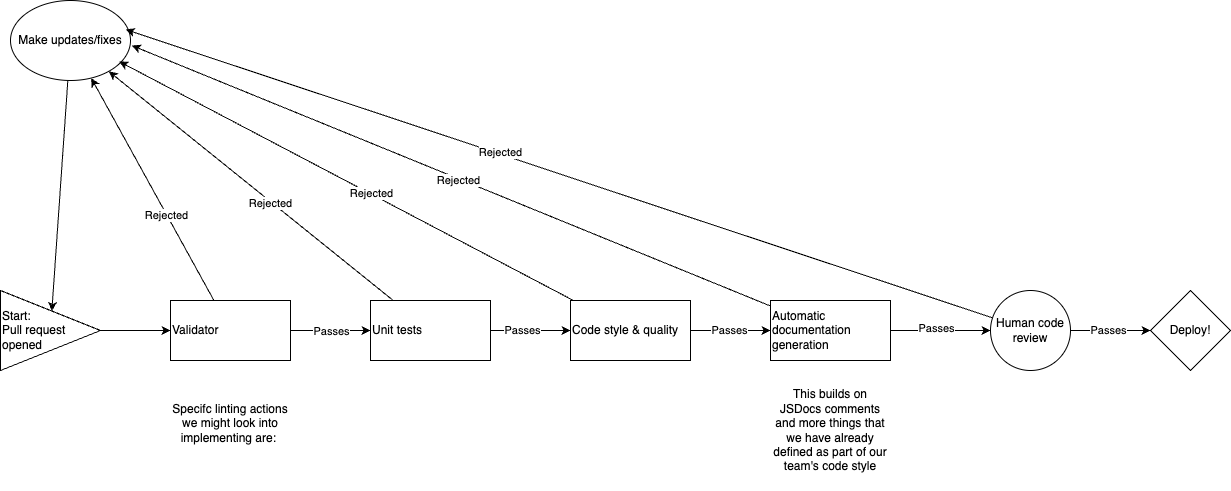
cse110-sp25-group14/cse110-sp25-group14 keeps this draw.io diagram as admin/cipipeline/phase1.drawio.png. Above is the earlier version. Source tidied: cells renumbered, new cells last; positions are measured from the earlier drawing's top-left corner, leaving out a move shared by most shapes.
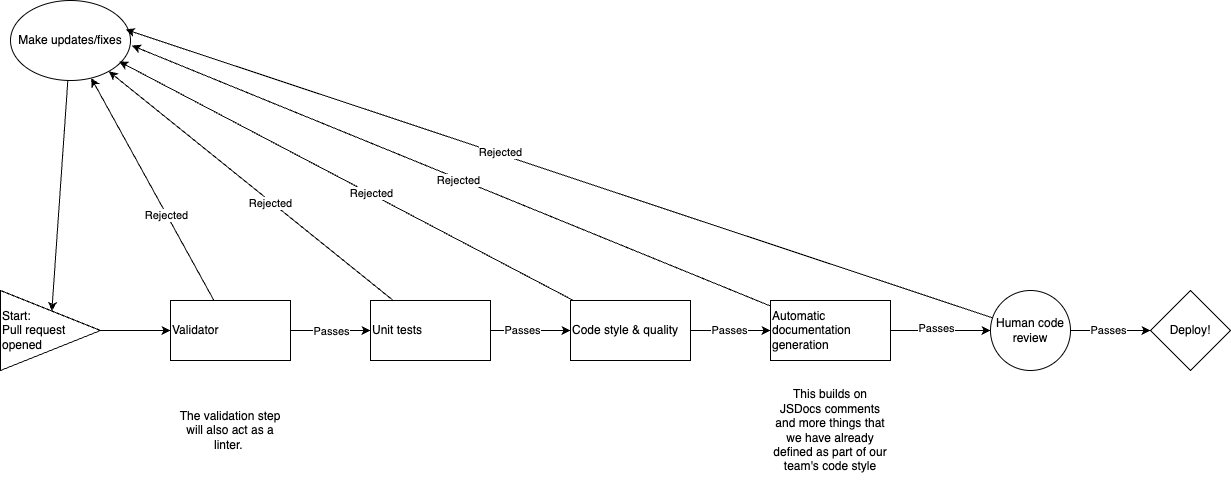
After the commit.

Commit message:
Updated text that doesn't make sense

What changed in the source:
```diff
@@ -23,7 +23,7 @@
     <mxCell id="8" value="Validator" style="whiteSpace=wrap;html=1;align=left;" parent="1" vertex="1">
       <mxGeometry x="170" y="300" width="120" height="60" as="geometry" />
     </mxCell>
-    <mxCell id="9" value="Specifc linting actions we might look into implementing are:&amp;nbsp;&lt;div&gt;&lt;br&gt;&lt;/div&gt;" style="text;html=1;align=center;verticalAlign=middle;whiteSpace=wrap;rounded=0;" parent="1" vertex="1">
+    <mxCell id="9" value="&lt;div&gt;The validation step will also act as a linter.&amp;nbsp;&lt;/div&gt;" style="text;html=1;align=center;verticalAlign=middle;whiteSpace=wrap;rounded=0;" parent="1" vertex="1">
       <mxGeometry x="170" y="370" width="120" height="120" as="geometry" />
     </mxCell>
     <mxCell id="10" style="edgeStyle=none;html=1;" parent="1" edge="1" source="14" target="17">
```
